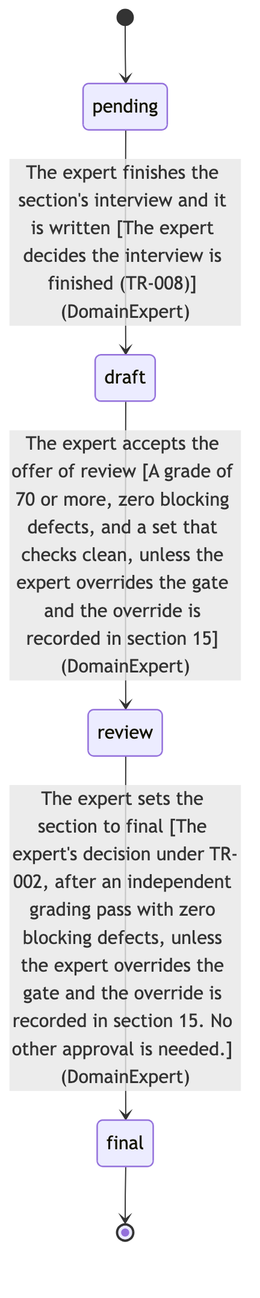
SpillwaveSolutions/prd-forge keeps this Mermaid diagram as docs/prd/prd-forge/diagrams/LC-001.png. Above is the earlier version. Its source is kept beside it as docs/prd/prd-forge/diagrams/LC-001.mmd.
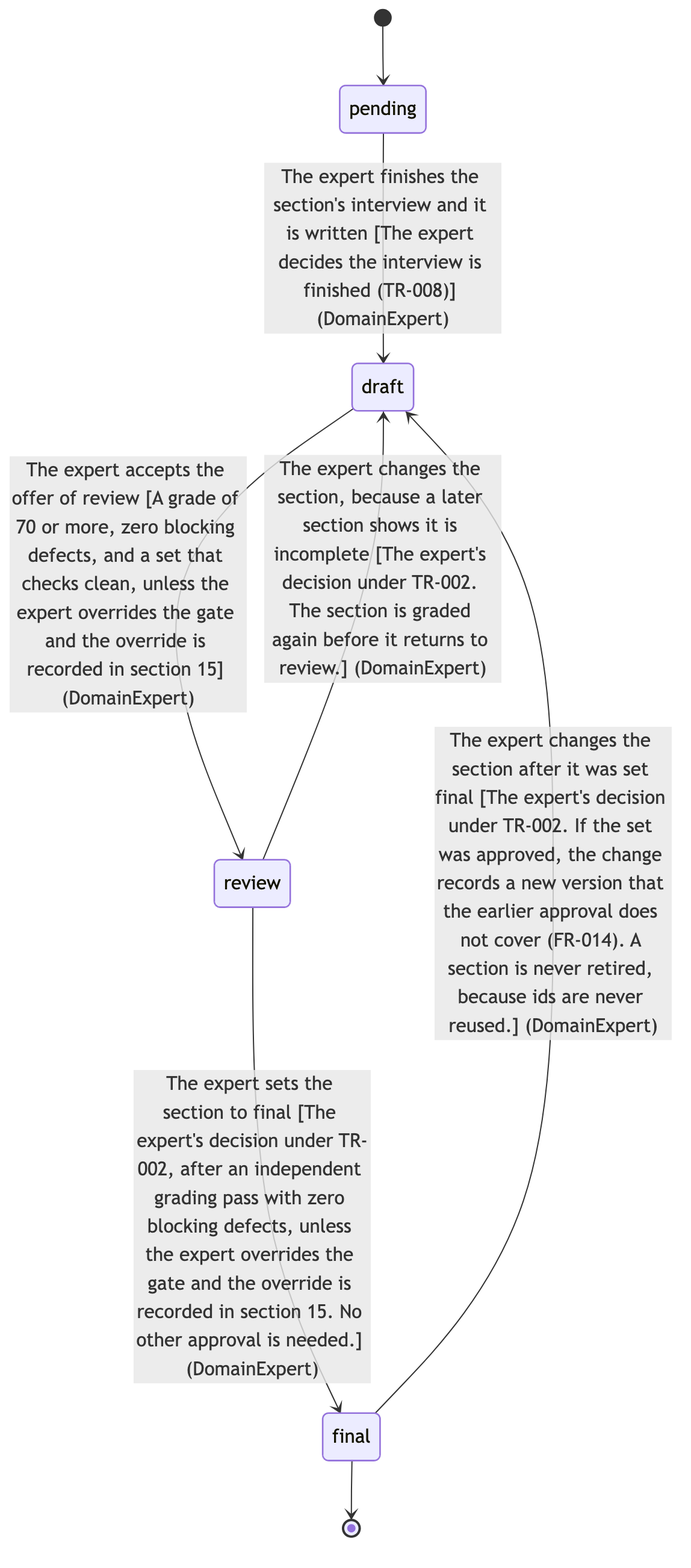
Above is the later version.

Commit message:
Let a section go back to draft when the expert changes it

What changed in the source:
```diff
@@ -7,4 +7,6 @@
   s0 --> s1 : The expert finishes the section's interview and it is written [The expert decides the interview is finished (TR-008)] (DomainExpert)
   s1 --> s2 : The expert accepts the offer of review [A grade of 70 or more, zero blocking defects, and a set that checks clean, unless the expert overrides the gate and the override is recorded in section 15] (DomainExpert)
   s2 --> s3 : The expert sets the section to final [The expert's decision under TR-002, after an independent grading pass with zero blocking defects, unless the expert overrides the gate and the override is recorded in section 15. No other approval is needed.] (DomainExpert)
+  s2 --> s1 : The expert changes the section, because a later section shows it is incomplete [The expert's decision under TR-002. The section is graded again before it returns to review.] (DomainExpert)
+  s3 --> s1 : The expert changes the section after it was set final [The expert's decision under TR-002. If the set was approved, the change records a new version that the earlier approval does not cover (FR-014). A section is never retired, because ids are never reused.] (DomainExpert)
   s3 --> [*]
```
